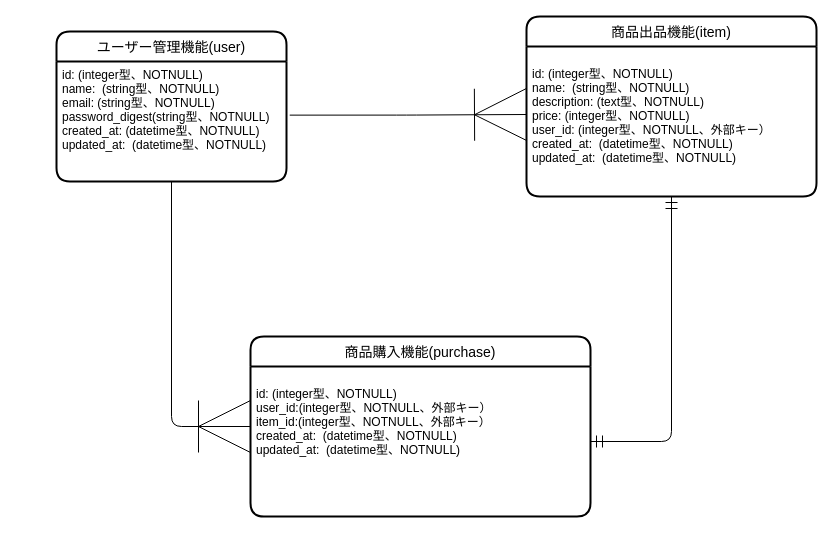
Before: furima.dio in yoshiocamp/furima-40747, a draw.io diagram. Source tidied: cells renumbered, new cells numbered last; positions are measured from the earlier drawing's top-left corner, leaving out a move shared by most shapes. Both pictures are drawn from the tidied source at 100%, with x=0, y=0 at pixel (56, 16).
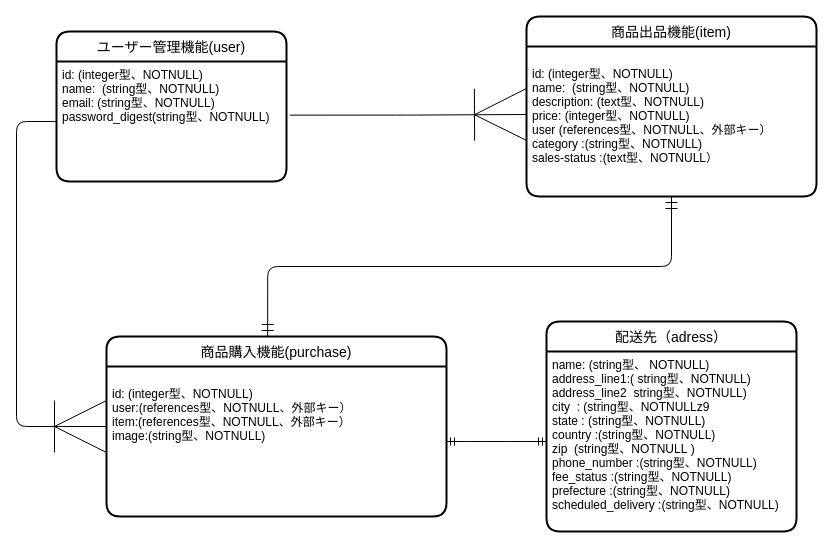
The same diagram, later.

Change to the diagram source:
```diff
@@
 <mxGraphModel>
   <root>
     <mxCell id="0" />
     <mxCell id="1" parent="0" />
     <mxCell id="2" value="ユーザー管理機能(user)" style="swimlane;horizontal=1;startSize=30;rounded=1;fontSize=14;fontStyle=0;strokeWidth=2;shadow=0;dashed=0;align=center;" parent="1" vertex="1">
       <mxGeometry y="15" width="230" height="150" as="geometry" />
     </mxCell>
-    <mxCell id="3" value="id: (integer型、NOTNULL)&#10;name:  (string型、NOTNULL)&#10;email: (string型、NOTNULL)&#10;password_digest(string型、NOTNULL)&#10;created_at: (datetime型、NOTNULL)&#10;updated_at:  (datetime型、NOTNULL)" style="align=left;strokeColor=none;fillColor=none;spacingLeft=4;fontSize=12;verticalAlign=top;" parent="2" vertex="1">
+    <mxCell id="3" value="id: (integer型、NOTNULL)&#10;name:  (string型、NOTNULL)&#10;email: (string型、NOTNULL)&#10;password_digest(string型、NOTNULL)&#10;" style="align=left;strokeColor=none;fillColor=none;spacingLeft=4;fontSize=12;verticalAlign=top;" parent="2" vertex="1">
       <mxGeometry y="30" width="230" height="120" as="geometry" />
     </mxCell>
     <mxCell id="4" value="商品購入機能(purchase)" style="swimlane;horizontal=1;startSize=30;rounded=1;fontSize=14;fontStyle=0;strokeWidth=2;shadow=0;dashed=0;align=center;" parent="1" vertex="1">
-      <mxGeometry x="194" y="320" width="340" height="180" as="geometry" />
+      <mxGeometry x="50" y="320" width="340" height="180" as="geometry" />
     </mxCell>
-    <mxCell id="5" value="&#10;id: (integer型、NOTNULL)&#10;user_id:(integer型、NOTNULL、外部キー）&#10;item_id:(integer型、NOTNULL、外部キー）&#10;created_at:  (datetime型、NOTNULL)&#10;updated_at:  (datetime型、NOTNULL)&#10;" style="align=left;strokeColor=none;fillColor=none;spacingLeft=4;fontSize=12;verticalAlign=top;" parent="4" vertex="1">
+    <mxCell id="5" value="&#10;id: (integer型、NOTNULL)&#10;user:(references型、NOTNULL、外部キー）&#10;item:(references型、NOTNULL、外部キー）&#10;image:(string型、NOTNULL)" style="align=left;strokeColor=none;fillColor=none;spacingLeft=4;fontSize=12;verticalAlign=top;" parent="4" vertex="1">
       <mxGeometry y="30" width="340" height="150" as="geometry" />
     </mxCell>
     <mxCell id="6" value="商品出品機能(item)" style="swimlane;horizontal=1;startSize=30;rounded=1;fontSize=14;fontStyle=0;strokeWidth=2;shadow=0;dashed=0;align=center;" parent="1" vertex="1">
       <mxGeometry x="470" width="290" height="180" as="geometry" />
     </mxCell>
-    <mxCell id="7" value="&#10;id: (integer型、NOTNULL)&#10;name:  (string型、NOTNULL)&#10;description: (text型、NOTNULL)&#10;price: (integer型、NOTNULL)&#10;user_id: (integer型、NOTNULL、外部キー）&#10;created_at:  (datetime型、NOTNULL)&#10;updated_at:  (datetime型、NOTNULL)" style="align=left;strokeColor=none;fillColor=none;spacingLeft=4;fontSize=12;verticalAlign=top;" parent="6" vertex="1">
+    <mxCell id="7" value="&#10;id: (integer型、NOTNULL)&#10;name:  (string型、NOTNULL)&#10;description: (text型、NOTNULL)&#10;price: (integer型、NOTNULL)&#10;user (references型、NOTNULL、外部キー）&#10;category :(string型、NOTNULL)&#10;sales-status :(text型、NOTNULL）" style="align=left;strokeColor=none;fillColor=none;spacingLeft=4;fontSize=12;verticalAlign=top;" parent="6" vertex="1">
       <mxGeometry y="30" width="290" height="150" as="geometry" />
     </mxCell>
     <mxCell id="8" style="edgeStyle=orthogonalEdgeStyle;fontSize=12;html=1;endArrow=ERoneToMany;exitX=1.014;exitY=0.447;exitDx=0;exitDy=0;exitPerimeter=0;endSize=50;startSize=10;targetPerimeterSpacing=0;sourcePerimeterSpacing=0;jumpSize=5;jumpStyle=none;" parent="1" edge="1" source="3">
       <mxGeometry relative="1" as="geometry">
         <mxPoint x="470" y="98" as="targetPoint" />
       </mxGeometry>
     </mxCell>
-    <mxCell id="9" style="edgeStyle=orthogonalEdgeStyle;fontSize=12;html=1;endArrow=ERoneToMany;startSize=10;endSize=50;sourcePerimeterSpacing=0;targetPerimeterSpacing=0;jumpStyle=none;jumpSize=5;entryX=0;entryY=0.5;entryDx=0;entryDy=0;exitX=0.5;exitY=1;exitDx=0;exitDy=0;" parent="1" edge="1" source="3" target="4">
-      <mxGeometry relative="1" as="geometry" />
+    <mxCell id="9" style="edgeStyle=orthogonalEdgeStyle;fontSize=12;html=1;endArrow=ERoneToMany;startSize=10;endSize=50;sourcePerimeterSpacing=0;targetPerimeterSpacing=0;jumpStyle=none;jumpSize=5;entryX=0;entryY=0.5;entryDx=0;entryDy=0;exitX=0;exitY=0.5;exitDx=0;exitDy=0;" parent="1" edge="1" source="3" target="4">
+      <mxGeometry relative="1" as="geometry">
+        <Array as="points">
+          <mxPoint x="-40" y="105" />
+          <mxPoint x="-40" y="410" />
+        </Array>
+      </mxGeometry>
     </mxCell>
-    <mxCell id="10" style="fontSize=12;html=1;endArrow=ERmandOne;startArrow=ERmandOne;startSize=10;endSize=10;sourcePerimeterSpacing=0;targetPerimeterSpacing=0;jumpStyle=none;jumpSize=5;entryX=0.5;entryY=1;entryDx=0;entryDy=0;exitX=1;exitY=0.5;exitDx=0;exitDy=0;edgeStyle=orthogonalEdgeStyle;" parent="1" edge="1" source="5" target="7">
+    <mxCell id="10" style="fontSize=12;html=1;endArrow=ERmandOne;startArrow=ERmandOne;startSize=10;endSize=10;sourcePerimeterSpacing=0;targetPerimeterSpacing=0;jumpStyle=none;jumpSize=5;entryX=0.5;entryY=1;entryDx=0;entryDy=0;exitX=0.474;exitY=0;exitDx=0;exitDy=0;edgeStyle=orthogonalEdgeStyle;exitPerimeter=0;" parent="1" edge="1" source="4" target="7">
       <mxGeometry relative="1" as="geometry" />
     </mxCell>
+    <mxCell id="11" value="配送先（adress）" style="swimlane;horizontal=1;startSize=30;rounded=1;fontSize=14;fontStyle=0;strokeWidth=2;shadow=0;dashed=0;align=center;" parent="1" vertex="1">
+      <mxGeometry x="490" y="305" width="250" height="210" as="geometry" />
+    </mxCell>
+    <mxCell id="12" value="name: (string型、 NOTNULL)&#10;address_line1:( string型、NOTNULL)&#10;address_line2  string型、NOTNULL)        &#10;city  : (string型、NOTNULLz9&#10;state : (string型、NOTNULL)              &#10;country :(string型、NOTNULL)&#10;zip  (string型、NOTNULL )       &#10;phone_number :(string型、NOTNULL)&#10;fee_status :(string型、NOTNULL)&#10;prefecture :(string型、NOTNULL)&#10;scheduled_delivery :(string型、NOTNULL)" style="align=left;strokeColor=none;fillColor=none;spacingLeft=4;fontSize=12;verticalAlign=top;" parent="11" vertex="1">
+      <mxGeometry y="30" width="250" height="180" as="geometry" />
+    </mxCell>
+    <mxCell id="13" style="edgeStyle=entityRelationEdgeStyle;fontSize=12;html=1;endArrow=ERmandOne;startArrow=ERmandOne;exitX=1;exitY=0.5;exitDx=0;exitDy=0;entryX=0;entryY=0.5;entryDx=0;entryDy=0;" parent="1" edge="1" source="5" target="12">
+      <mxGeometry relative="1" as="geometry" />
+    </mxCell>
   </root>
 </mxGraphModel>
```
